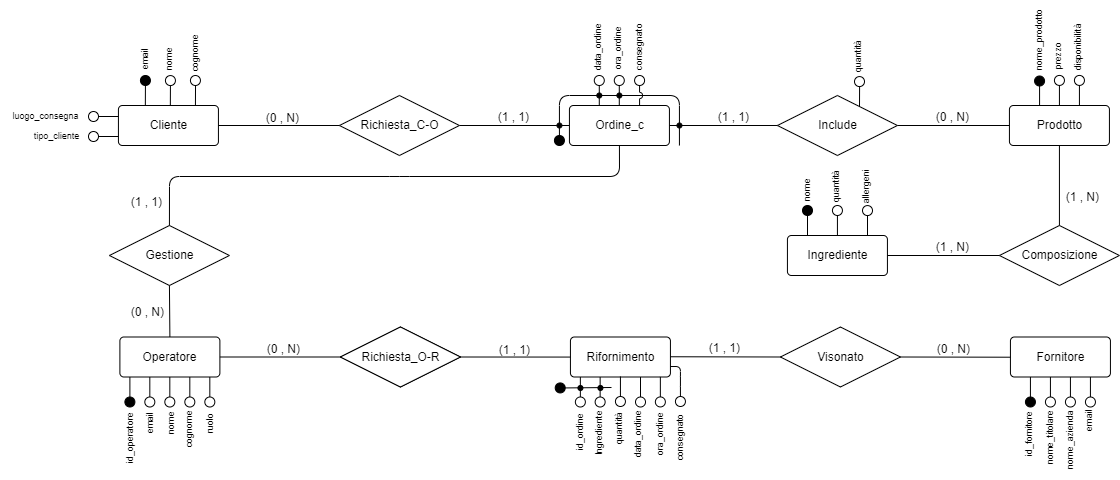
This is Schematics/Conceptual_model2.drawio.png from Dani-Picciau/OwlBreak, a draw.io export, as it was before one commit. Source tidied: cells renumbered, new cells last; positions are measured from the earlier drawing's top-left corner, leaving out a move shared by most shapes.
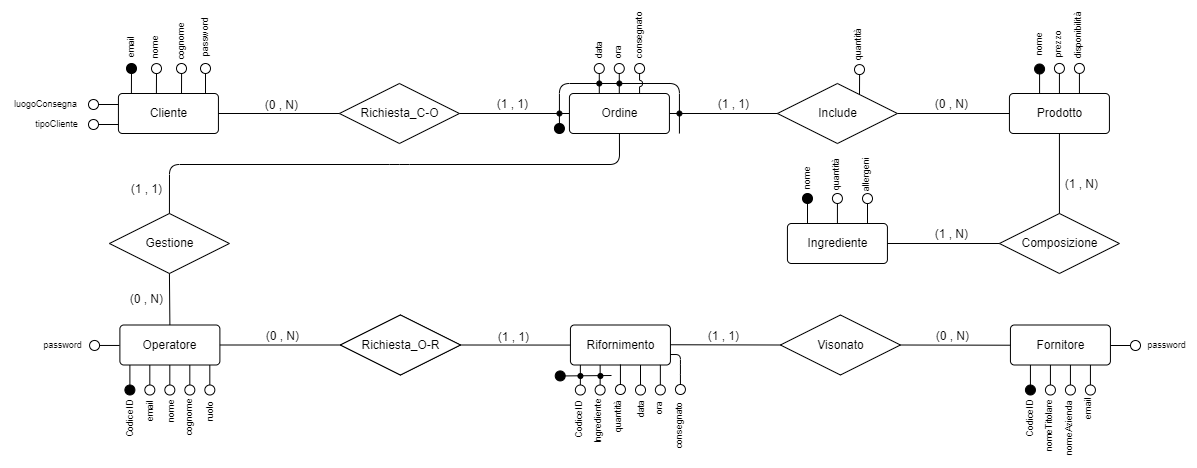
After the commit.

The edit, as a diff of the source:
```diff
@@ -106,29 +106,2 @@
     </mxCell>
-    <mxCell id="28" value="email" style="text;html=1;align=center;verticalAlign=middle;strokeColor=none;fillColor=none;fontSize=9;rotation=-90;rounded=0;labelBackgroundColor=none;fontColor=default;backgroundOutline=1;fillOpacity=100;strokeOpacity=100;labelBorderColor=none;" parent="1" vertex="1">
-      <mxGeometry x="119.9" y="19" width="50" height="20" as="geometry" />
-    </mxCell>
-    <mxCell id="29" style="ellipse;html=1;strokeWidth=1;rotation=-225;fillColor=none;rounded=0;labelBackgroundColor=default;fontColor=default;backgroundOutline=1;fillOpacity=100;strokeOpacity=100;labelBorderColor=none;" parent="1" vertex="1">
-      <mxGeometry x="164.9" y="45.1" width="10" height="10" as="geometry" />
-    </mxCell>
-    <mxCell id="30" style="endArrow=none;html=1;rounded=0;labelBackgroundColor=default;fontColor=default;backgroundOutline=1;fillOpacity=100;strokeOpacity=100;labelBorderColor=none;" parent="1" edge="1">
-      <mxGeometry relative="1" as="geometry">
-        <mxPoint x="169.8" y="75.1" as="sourcePoint" />
-        <mxPoint x="169.9" y="55.1" as="targetPoint" />
-      </mxGeometry>
-    </mxCell>
-    <mxCell id="31" style="ellipse;html=1;strokeWidth=1;rotation=-225;fillColor=none;rounded=0;labelBackgroundColor=default;fontColor=default;backgroundOutline=1;fillOpacity=100;strokeOpacity=100;labelBorderColor=none;" parent="1" vertex="1">
-      <mxGeometry x="189.9" y="45" width="10" height="10" as="geometry" />
-    </mxCell>
-    <mxCell id="32" style="endArrow=none;html=1;rounded=0;labelBackgroundColor=default;fontColor=default;backgroundOutline=1;fillOpacity=100;strokeOpacity=100;labelBorderColor=none;" parent="1" edge="1">
-      <mxGeometry relative="1" as="geometry">
-        <mxPoint x="194.9" y="75" as="sourcePoint" />
-        <mxPoint x="195" y="55" as="targetPoint" />
-      </mxGeometry>
-    </mxCell>
-    <mxCell id="33" value="nome" style="text;html=1;align=center;verticalAlign=middle;strokeColor=none;fillColor=none;fontSize=9;rotation=-90;rounded=0;labelBackgroundColor=none;fontColor=default;backgroundOutline=1;fillOpacity=100;strokeOpacity=100;labelBorderColor=none;" parent="1" vertex="1">
-      <mxGeometry x="143.9" y="19" width="50" height="20" as="geometry" />
-    </mxCell>
-    <mxCell id="34" value="cognome" style="text;html=1;align=center;verticalAlign=middle;strokeColor=none;fillColor=none;fontSize=9;rotation=-90;rounded=0;labelBackgroundColor=none;fontColor=default;backgroundOutline=1;fillOpacity=100;strokeOpacity=100;labelBorderColor=none;" parent="1" vertex="1">
-      <mxGeometry x="164.9" y="13" width="60" height="20" as="geometry" />
-    </mxCell>
     <mxCell id="35" style="ellipse;html=1;strokeWidth=1;rotation=-585;fillColor=none;rounded=0;labelBackgroundColor=default;fontColor=default;backgroundOutline=1;fillOpacity=100;strokeOpacity=100;labelBorderColor=none;" parent="1" vertex="1">
@@ -141,3 +114,3 @@
     </mxCell>
-    <mxCell id="37" value="tipo_cliente" style="text;html=1;align=center;verticalAlign=middle;strokeColor=none;fillColor=none;fontSize=9;rotation=0;rounded=0;labelBackgroundColor=none;fontColor=default;backgroundOutline=1;fillOpacity=100;strokeOpacity=100;labelBorderColor=none;" parent="1" vertex="1">
+    <mxCell id="37" value="tipoCliente" style="text;html=1;align=center;verticalAlign=middle;strokeColor=none;fillColor=none;fontSize=9;rotation=0;rounded=0;labelBackgroundColor=none;fontColor=default;backgroundOutline=1;fillOpacity=100;strokeOpacity=100;labelBorderColor=none;" parent="1" vertex="1">
       <mxGeometry x="21" y="96" width="70" height="20" as="geometry" />
@@ -155,7 +128,7 @@
     </mxCell>
-    <mxCell id="41" value="luogo_consegna" style="text;html=1;align=center;verticalAlign=middle;strokeColor=none;fillColor=none;fontSize=9;rotation=0;rounded=0;labelBackgroundColor=none;fontColor=default;backgroundOutline=1;fillOpacity=100;strokeOpacity=100;labelBorderColor=none;" parent="1" vertex="1">
+    <mxCell id="41" value="luogoConsegna" style="text;html=1;align=center;verticalAlign=middle;strokeColor=none;fillColor=none;fontSize=9;rotation=0;rounded=0;labelBackgroundColor=none;fontColor=default;backgroundOutline=1;fillOpacity=100;strokeOpacity=100;labelBorderColor=none;" parent="1" vertex="1">
       <mxGeometry y="75.5" width="90" height="20" as="geometry" />
     </mxCell>
-    <mxCell id="42" value="data_ordine" style="text;html=1;align=center;verticalAlign=middle;strokeColor=none;fillColor=none;fontSize=9;rotation=-90;rounded=0;labelBackgroundColor=none;fontColor=default;backgroundOutline=1;fillOpacity=100;strokeOpacity=100;labelBorderColor=none;" parent="1" vertex="1">
-      <mxGeometry x="562.8" y="7" width="70" height="20" as="geometry" />
+    <mxCell id="42" value="data" style="text;html=1;align=center;verticalAlign=middle;strokeColor=none;fillColor=none;fontSize=9;rotation=-90;rounded=0;labelBackgroundColor=none;fontColor=default;backgroundOutline=1;fillOpacity=100;strokeOpacity=100;labelBorderColor=none;" parent="1" vertex="1">
+      <mxGeometry x="578.8" y="22" width="40" height="20" as="geometry" />
     </mxCell>
@@ -209,4 +182,4 @@
     </mxCell>
-    <mxCell id="55" value="id_operatore" style="text;html=1;align=center;verticalAlign=middle;strokeColor=none;fillColor=none;fontSize=9;rotation=-90;rounded=0;labelBackgroundColor=none;fontColor=default;backgroundOutline=1;fillOpacity=100;strokeOpacity=100;labelBorderColor=none;" parent="1" vertex="1">
-      <mxGeometry x="94.5" y="397.5" width="70" height="20" as="geometry" />
+    <mxCell id="55" value="CodiceID" style="text;html=1;align=center;verticalAlign=middle;strokeColor=none;fillColor=none;fontSize=9;rotation=-90;rounded=0;labelBackgroundColor=none;fontColor=default;backgroundOutline=1;fillOpacity=100;strokeOpacity=100;labelBorderColor=none;" parent="1" vertex="1">
+      <mxGeometry x="99.4" y="390.5" width="60" height="20" as="geometry" />
     </mxCell>
@@ -272,9 +245,9 @@
     </mxCell>
-    <mxCell id="72" value="id_fornitore" style="text;html=1;align=center;verticalAlign=middle;strokeColor=none;fillColor=none;fontSize=9;rotation=-90;rounded=0;labelBackgroundColor=none;fontColor=default;backgroundOutline=1;fillOpacity=100;strokeOpacity=100;labelBorderColor=none;" parent="1" vertex="1">
-      <mxGeometry x="993.9" y="393.5" width="70" height="20" as="geometry" />
+    <mxCell id="72" value="CodiceID" style="text;html=1;align=center;verticalAlign=middle;strokeColor=none;fillColor=none;fontSize=9;rotation=-90;rounded=0;labelBackgroundColor=none;fontColor=default;backgroundOutline=1;fillOpacity=100;strokeOpacity=100;labelBorderColor=none;" parent="1" vertex="1">
+      <mxGeometry x="1000.9" y="390.5" width="60" height="20" as="geometry" />
     </mxCell>
-    <mxCell id="73" value="nome_titolare" style="text;html=1;align=center;verticalAlign=middle;strokeColor=none;fillColor=none;fontSize=9;rotation=-90;rounded=0;labelBackgroundColor=none;fontColor=default;backgroundOutline=1;fillOpacity=100;strokeOpacity=100;labelBorderColor=none;" parent="1" vertex="1">
+    <mxCell id="73" value="nomeTitolare" style="text;html=1;align=center;verticalAlign=middle;strokeColor=none;fillColor=none;fontSize=9;rotation=-90;rounded=0;labelBackgroundColor=none;fontColor=default;backgroundOutline=1;fillOpacity=100;strokeOpacity=100;labelBorderColor=none;" parent="1" vertex="1">
       <mxGeometry x="1009.9" y="397.5" width="80" height="20" as="geometry" />
     </mxCell>
-    <mxCell id="74" value="nome_azienda" style="text;html=1;align=center;verticalAlign=middle;strokeColor=none;fillColor=none;fontSize=9;rotation=-90;rounded=0;labelBackgroundColor=none;fontColor=default;backgroundOutline=1;fillOpacity=100;strokeOpacity=100;labelBorderColor=none;" parent="1" vertex="1">
+    <mxCell id="74" value="nomeAzienda" style="text;html=1;align=center;verticalAlign=middle;strokeColor=none;fillColor=none;fontSize=9;rotation=-90;rounded=0;labelBackgroundColor=none;fontColor=default;backgroundOutline=1;fillOpacity=100;strokeOpacity=100;labelBorderColor=none;" parent="1" vertex="1">
       <mxGeometry x="1029.9" y="399.5" width="80" height="20" as="geometry" />
@@ -290,4 +263,4 @@
     </mxCell>
-    <mxCell id="78" value="data_ordine" style="text;html=1;align=center;verticalAlign=middle;strokeColor=none;fillColor=none;fontSize=9;rotation=-90;rounded=0;labelBackgroundColor=none;fontColor=default;backgroundOutline=1;fillOpacity=100;strokeOpacity=100;labelBorderColor=none;" parent="1" vertex="1">
-      <mxGeometry x="602.3" y="393.5" width="70" height="20" as="geometry" />
+    <mxCell id="78" value="data" style="text;html=1;align=center;verticalAlign=middle;strokeColor=none;fillColor=none;fontSize=9;rotation=-90;rounded=0;labelBackgroundColor=none;fontColor=default;backgroundOutline=1;fillOpacity=100;strokeOpacity=100;labelBorderColor=none;" parent="1" vertex="1">
+      <mxGeometry x="621.3" y="380.5" width="40" height="20" as="geometry" />
     </mxCell>
@@ -328,14 +301,5 @@
     </mxCell>
-    <mxCell id="89" value="ora_ordine" style="text;html=1;align=center;verticalAlign=middle;strokeColor=none;fillColor=none;fontSize=9;rotation=-90;rounded=0;labelBackgroundColor=none;fontColor=default;backgroundOutline=1;fillOpacity=100;strokeOpacity=100;labelBorderColor=none;" parent="1" vertex="1">
-      <mxGeometry x="582.9" y="8" width="70" height="20" as="geometry" />
+    <mxCell id="89" value="ora" style="text;html=1;align=center;verticalAlign=middle;strokeColor=none;fillColor=none;fontSize=9;rotation=-90;rounded=0;labelBackgroundColor=none;fontColor=default;backgroundOutline=1;fillOpacity=100;strokeOpacity=100;labelBorderColor=none;" parent="1" vertex="1">
+      <mxGeometry x="597.9" y="24" width="40" height="20" as="geometry" />
     </mxCell>
-    <mxCell id="90" style="ellipse;html=1;strokeWidth=1;rotation=-225;fillColor=#000000;rounded=0;labelBackgroundColor=default;fontColor=default;backgroundOutline=1;fillOpacity=100;strokeOpacity=100;labelBorderColor=none;" parent="1" vertex="1">
-      <mxGeometry x="139.9" y="45" width="10" height="10" as="geometry" />
-    </mxCell>
-    <mxCell id="91" style="endArrow=none;html=1;rounded=0;labelBackgroundColor=default;fontColor=default;backgroundOutline=1;fillOpacity=100;strokeOpacity=100;labelBorderColor=none;" parent="1" edge="1">
-      <mxGeometry relative="1" as="geometry">
-        <mxPoint x="144.8" y="75" as="sourcePoint" />
-        <mxPoint x="144.9" y="55" as="targetPoint" />
-      </mxGeometry>
-    </mxCell>
     <mxCell id="92" style="group;rotation=-360;rounded=0;labelBackgroundColor=default;fontColor=default;backgroundOutline=1;fillOpacity=100;strokeOpacity=100;labelBorderColor=none;" parent="1" vertex="1">
@@ -521,3 +485,3 @@
     </mxCell>
-    <mxCell id="138" value="id_ordine" style="text;html=1;align=center;verticalAlign=middle;strokeColor=none;fillColor=none;fontSize=9;rotation=-90;rounded=0;labelBackgroundColor=none;fontColor=default;backgroundOutline=1;fillOpacity=100;strokeOpacity=100;labelBorderColor=none;" parent="1" vertex="1">
+    <mxCell id="138" value="CodiceID" style="text;html=1;align=center;verticalAlign=middle;strokeColor=none;fillColor=none;fontSize=9;rotation=-90;rounded=0;labelBackgroundColor=none;fontColor=default;backgroundOutline=1;fillOpacity=100;strokeOpacity=100;labelBorderColor=none;" parent="1" vertex="1">
       <mxGeometry x="549.9" y="391.5" width="60" height="20" as="geometry" />
@@ -535,6 +499,6 @@
     </mxCell>
-    <mxCell id="141" value="ora_ordine" style="text;html=1;align=center;verticalAlign=middle;strokeColor=none;fillColor=none;fontSize=9;rotation=-90;rounded=0;labelBackgroundColor=none;fontColor=default;backgroundOutline=1;fillOpacity=100;strokeOpacity=100;labelBorderColor=none;" parent="1" vertex="1">
-      <mxGeometry x="624.9" y="393.5" width="70" height="20" as="geometry" />
+    <mxCell id="141" value="ora" style="text;html=1;align=center;verticalAlign=middle;strokeColor=none;fillColor=none;fontSize=9;rotation=-90;rounded=0;labelBackgroundColor=none;fontColor=default;backgroundOutline=1;fillOpacity=100;strokeOpacity=100;labelBorderColor=none;" parent="1" vertex="1">
+      <mxGeometry x="639.9" y="379.5" width="40" height="20" as="geometry" />
     </mxCell>
-    <mxCell id="142" value="Ordine_c" style="rounded=1;arcSize=10;html=1;align=center;labelBackgroundColor=default;fillColor=default;backgroundOutline=1;fillOpacity=100;strokeOpacity=100;fontColor=default;labelBorderColor=none;" parent="1" vertex="1">
+    <mxCell id="142" value="Ordine" style="rounded=1;arcSize=10;html=1;align=center;labelBackgroundColor=default;fillColor=default;backgroundOutline=1;fillOpacity=100;strokeOpacity=100;fontColor=default;labelBorderColor=none;" parent="1" vertex="1">
       <mxGeometry x="568.9" y="75" width="100" height="40" as="geometry" />
@@ -604,4 +568,4 @@
     </mxCell>
-    <mxCell id="159" value="nome_prodotto" style="text;html=1;align=center;verticalAlign=middle;strokeColor=none;fillColor=none;fontSize=9;rotation=-90;rounded=0;labelBackgroundColor=none;fontColor=default;backgroundOutline=1;fillOpacity=100;strokeOpacity=100;labelBorderColor=none;" parent="1" vertex="1">
-      <mxGeometry x="998.1" y="-0.4" width="80" height="20" as="geometry" />
+    <mxCell id="159" value="nome" style="text;html=1;align=center;verticalAlign=middle;strokeColor=none;fillColor=none;fontSize=9;rotation=-90;rounded=0;labelBackgroundColor=none;fontColor=default;backgroundOutline=1;fillOpacity=100;strokeOpacity=100;labelBorderColor=none;" parent="1" vertex="1">
+      <mxGeometry x="1014.1" y="15.9" width="50" height="20" as="geometry" />
     </mxCell>
@@ -616,2 +580,95 @@
     </mxCell>
+    <mxCell id="162" style="group;" parent="1" vertex="1">
+      <mxGeometry x="32" y="317" width="87.2" height="20" as="geometry" />
+    </mxCell>
+    <mxCell id="163" style="group;rotation=-90;rounded=0;labelBackgroundColor=default;fontColor=default;backgroundOutline=1;fillOpacity=100;strokeOpacity=100;labelBorderColor=none;" parent="162" vertex="1">
+      <mxGeometry x="64.1" y="-6" width="14.1" height="32.1" as="geometry" />
+    </mxCell>
+    <mxCell id="164" style="ellipse;html=1;strokeWidth=1;rotation=-315;fillColor=none;rounded=0;labelBackgroundColor=default;fontColor=default;backgroundOutline=1;fillOpacity=100;strokeOpacity=100;labelBorderColor=none;" parent="163" vertex="1">
+      <mxGeometry x="-7" y="11" width="10" height="10" as="geometry" />
+    </mxCell>
+    <mxCell id="165" style="endArrow=none;html=1;entryX=1;entryY=0;entryDx=0;entryDy=0;rounded=0;labelBackgroundColor=default;fontColor=default;backgroundOutline=1;fillOpacity=100;strokeOpacity=100;labelBorderColor=none;" parent="163" edge="1" target="164">
+      <mxGeometry relative="1" as="geometry">
+        <mxPoint x="23" y="16" as="sourcePoint" />
+      </mxGeometry>
+    </mxCell>
+    <mxCell id="166" value="password" style="text;html=1;align=center;verticalAlign=middle;strokeColor=none;fillColor=none;fontSize=9;rotation=0;rounded=0;labelBackgroundColor=none;fontColor=default;backgroundOutline=1;fillOpacity=100;strokeOpacity=100;labelBorderColor=none;" parent="162" vertex="1">
+      <mxGeometry width="60" height="20" as="geometry" />
+    </mxCell>
+    <mxCell id="167" style="group;" parent="1" vertex="1">
+      <mxGeometry x="1110" y="317" width="86.1" height="20" as="geometry" />
+    </mxCell>
+    <mxCell id="168" value="password" style="text;html=1;align=center;verticalAlign=middle;strokeColor=none;fillColor=none;fontSize=9;rotation=0;rounded=0;labelBackgroundColor=none;fontColor=default;backgroundOutline=1;fillOpacity=100;strokeOpacity=100;labelBorderColor=none;" parent="167" vertex="1">
+      <mxGeometry x="26.1" width="60" height="20" as="geometry" />
+    </mxCell>
+    <mxCell id="169" style="group;" parent="167" vertex="1">
+      <mxGeometry y="2.9" width="32.1" height="14.1" as="geometry" />
+    </mxCell>
+    <mxCell id="170" style="ellipse;html=1;strokeWidth=1;rotation=-135;fillColor=none;rounded=0;labelBackgroundColor=default;fontColor=default;backgroundOutline=1;fillOpacity=100;strokeOpacity=100;labelBorderColor=none;" parent="169" vertex="1">
+      <mxGeometry x="20" y="2.1" width="10" height="10" as="geometry" />
+    </mxCell>
+    <mxCell id="171" style="endArrow=none;html=1;entryX=1;entryY=0;entryDx=0;entryDy=0;rounded=0;labelBackgroundColor=default;fontColor=default;backgroundOutline=1;fillOpacity=100;strokeOpacity=100;labelBorderColor=none;" parent="169" edge="1" target="170">
+      <mxGeometry relative="1" as="geometry">
+        <mxPoint y="7.1" as="sourcePoint" />
+      </mxGeometry>
+    </mxCell>
+    <mxCell id="172" style="group;" parent="1" vertex="1">
+      <mxGeometry x="121" y="-11" width="94" height="86.1" as="geometry" />
+    </mxCell>
+    <mxCell id="173" style="group;" parent="172" vertex="1">
+      <mxGeometry y="4" width="70" height="82.1" as="geometry" />
+    </mxCell>
+    <mxCell id="28" value="email" style="text;html=1;align=center;verticalAlign=middle;strokeColor=none;fillColor=none;fontSize=9;rotation=-90;rounded=0;labelBackgroundColor=none;fontColor=default;backgroundOutline=1;fillOpacity=100;strokeOpacity=100;labelBorderColor=none;" parent="173" vertex="1">
+      <mxGeometry x="-15" y="26" width="50" height="20" as="geometry" />
+    </mxCell>
+    <mxCell id="29" style="ellipse;html=1;strokeWidth=1;rotation=-225;fillColor=none;rounded=0;labelBackgroundColor=default;fontColor=default;backgroundOutline=1;fillOpacity=100;strokeOpacity=100;labelBorderColor=none;" parent="173" vertex="1">
+      <mxGeometry x="30" y="52.1" width="10" height="10" as="geometry" />
+    </mxCell>
+    <mxCell id="30" style="endArrow=none;html=1;rounded=0;labelBackgroundColor=default;fontColor=default;backgroundOutline=1;fillOpacity=100;strokeOpacity=100;labelBorderColor=none;" parent="173" edge="1">
+      <mxGeometry relative="1" as="geometry">
+        <mxPoint x="34.9" y="82.1" as="sourcePoint" />
+        <mxPoint x="35" y="62.1" as="targetPoint" />
+      </mxGeometry>
+    </mxCell>
+    <mxCell id="31" style="ellipse;html=1;strokeWidth=1;rotation=-225;fillColor=none;rounded=0;labelBackgroundColor=default;fontColor=default;backgroundOutline=1;fillOpacity=100;strokeOpacity=100;labelBorderColor=none;" parent="173" vertex="1">
+      <mxGeometry x="55" y="52" width="10" height="10" as="geometry" />
+    </mxCell>
+    <mxCell id="32" style="endArrow=none;html=1;rounded=0;labelBackgroundColor=default;fontColor=default;backgroundOutline=1;fillOpacity=100;strokeOpacity=100;labelBorderColor=none;" parent="173" edge="1">
+      <mxGeometry relative="1" as="geometry">
+        <mxPoint x="60" y="82" as="sourcePoint" />
+        <mxPoint x="60.1" y="62" as="targetPoint" />
+      </mxGeometry>
+    </mxCell>
+    <mxCell id="33" value="nome" style="text;html=1;align=center;verticalAlign=middle;strokeColor=none;fillColor=none;fontSize=9;rotation=-90;rounded=0;labelBackgroundColor=none;fontColor=default;backgroundOutline=1;fillOpacity=100;strokeOpacity=100;labelBorderColor=none;" parent="173" vertex="1">
+      <mxGeometry x="9" y="26" width="50" height="20" as="geometry" />
+    </mxCell>
+    <mxCell id="34" value="cognome" style="text;html=1;align=center;verticalAlign=middle;strokeColor=none;fillColor=none;fontSize=9;rotation=-90;rounded=0;labelBackgroundColor=none;fontColor=default;backgroundOutline=1;fillOpacity=100;strokeOpacity=100;labelBorderColor=none;" parent="173" vertex="1">
+      <mxGeometry x="30" y="20" width="60" height="20" as="geometry" />
+    </mxCell>
+    <mxCell id="90" style="ellipse;html=1;strokeWidth=1;rotation=-225;fillColor=#000000;rounded=0;labelBackgroundColor=default;fontColor=default;backgroundOutline=1;fillOpacity=100;strokeOpacity=100;labelBorderColor=none;" parent="173" vertex="1">
+      <mxGeometry x="5" y="52" width="10" height="10" as="geometry" />
+    </mxCell>
+    <mxCell id="91" style="endArrow=none;html=1;rounded=0;labelBackgroundColor=default;fontColor=default;backgroundOutline=1;fillOpacity=100;strokeOpacity=100;labelBorderColor=none;" parent="173" edge="1">
+      <mxGeometry relative="1" as="geometry">
+        <mxPoint x="9.9" y="82" as="sourcePoint" />
+        <mxPoint x="10" y="62" as="targetPoint" />
+      </mxGeometry>
+    </mxCell>
+    <mxCell id="174" style="group;rotation=-90;" parent="172" vertex="1">
+      <mxGeometry x="41" y="33" width="86.1" height="20" as="geometry" />
+    </mxCell>
+    <mxCell id="175" value="password" style="text;html=1;align=center;verticalAlign=middle;strokeColor=none;fillColor=none;fontSize=9;rotation=-90;rounded=0;labelBackgroundColor=none;fontColor=default;backgroundOutline=1;fillOpacity=100;strokeOpacity=100;labelBorderColor=none;" parent="174" vertex="1">
+      <mxGeometry x="13" y="-13" width="60" height="20" as="geometry" />
+    </mxCell>
+    <mxCell id="176" style="group;rotation=-90;" parent="174" vertex="1">
+      <mxGeometry x="27" y="30" width="32.1" height="14.1" as="geometry" />
+    </mxCell>
+    <mxCell id="177" style="ellipse;html=1;strokeWidth=1;rotation=-225;fillColor=none;rounded=0;labelBackgroundColor=default;fontColor=default;backgroundOutline=1;fillOpacity=100;strokeOpacity=100;labelBorderColor=none;" parent="176" vertex="1">
+      <mxGeometry x="11" y="-7" width="10" height="10" as="geometry" />
+    </mxCell>
+    <mxCell id="178" style="endArrow=none;html=1;entryX=1;entryY=0;entryDx=0;entryDy=0;rounded=0;labelBackgroundColor=default;fontColor=default;backgroundOutline=1;fillOpacity=100;strokeOpacity=100;labelBorderColor=none;" parent="176" edge="1" target="177">
+      <mxGeometry relative="1" as="geometry">
+        <mxPoint x="16" y="23" as="sourcePoint" />
+      </mxGeometry>
+    </mxCell>
   </root>
```
